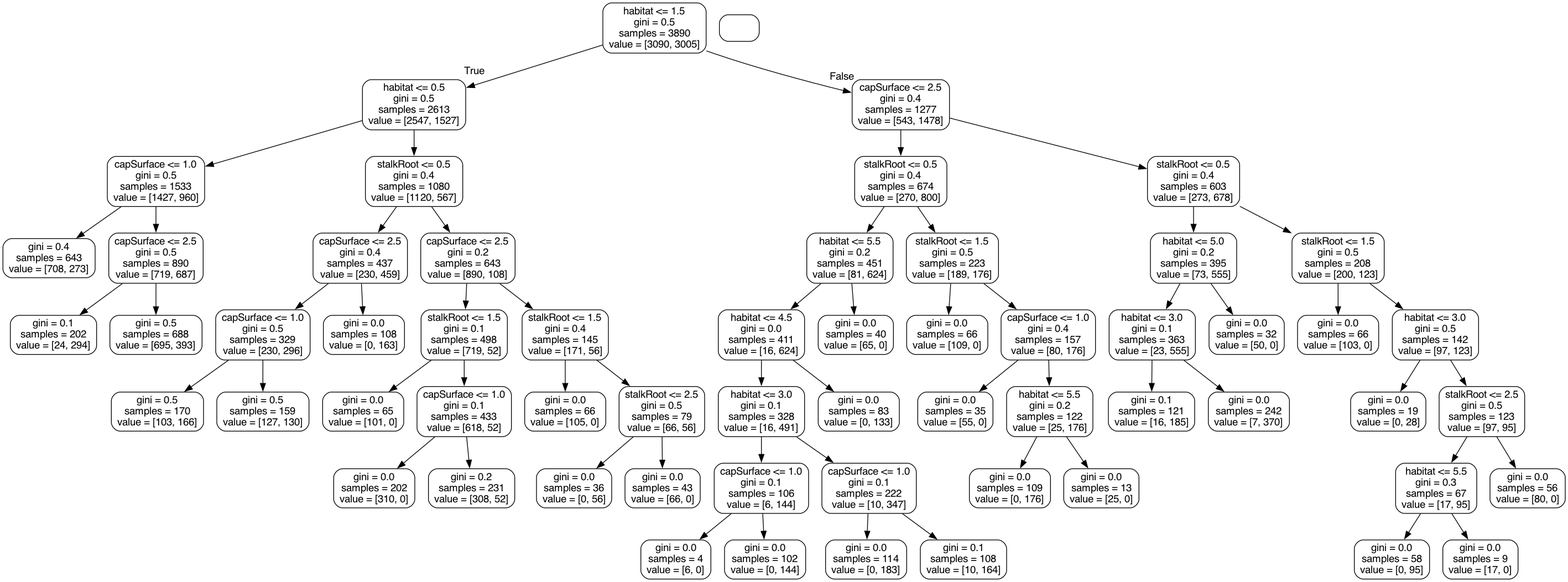
Before: tree.png, a diagram exported from Graphviz (williamhenderson02/ML-Coursework-2022). Its source is kept beside it as tree.dot.
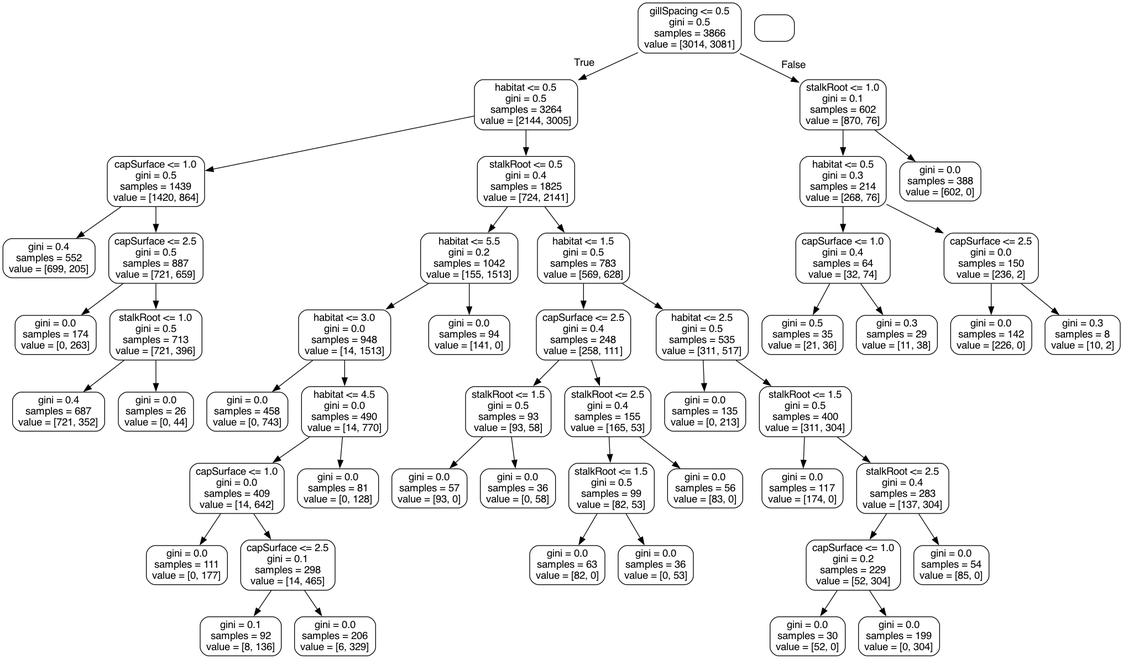
The same file after the commit.

What changed in the source:
```diff
@@ -1,121 +1,101 @@
 digraph Tree {
 node [shape=box, style="rounded", color="black", fontname="helvetica"] ;
 edge [fontname="helvetica"] ;
-0 [label="habitat <= 1.5\ngini = 0.5\nsamples = 3890\nvalue = [3090, 3005]"] ;
-1 [label="habitat <= 0.5\ngini = 0.5\nsamples = 2613\nvalue = [2547, 1527]"] ;
+0 [label="gillSpacing <= 0.5\ngini = 0.5\nsamples = 3866\nvalue = [3014, 3081]"] ;
+1 [label="habitat <= 0.5\ngini = 0.5\nsamples = 3264\nvalue = [2144, 3005]"] ;
 0 -> 1 [labeldistance=2.5, labelangle=45, headlabel="True"] ;
-2 [label="capSurface <= 1.0\ngini = 0.5\nsamples = 1533\nvalue = [1427, 960]"] ;
+2 [label="capSurface <= 1.0\ngini = 0.5\nsamples = 1439\nvalue = [1420, 864]"] ;
 1 -> 2 ;
-3 [label="gini = 0.4\nsamples = 643\nvalue = [708, 273]"] ;
+3 [label="gini = 0.4\nsamples = 552\nvalue = [699, 205]"] ;
 2 -> 3 ;
-4 [label="capSurface <= 2.5\ngini = 0.5\nsamples = 890\nvalue = [719, 687]"] ;
+4 [label="capSurface <= 2.5\ngini = 0.5\nsamples = 887\nvalue = [721, 659]"] ;
 2 -> 4 ;
-5 [label="gini = 0.1\nsamples = 202\nvalue = [24, 294]"] ;
+5 [label="gini = 0.0\nsamples = 174\nvalue = [0, 263]"] ;
 4 -> 5 ;
-6 [label="gini = 0.5\nsamples = 688\nvalue = [695, 393]"] ;
+6 [label="stalkRoot <= 1.0\ngini = 0.5\nsamples = 713\nvalue = [721, 396]"] ;
 4 -> 6 ;
-7 [label="stalkRoot <= 0.5\ngini = 0.4\nsamples = 1080\nvalue = [1120, 567]"] ;
-1 -> 7 ;
-8 [label="capSurface <= 2.5\ngini = 0.4\nsamples = 437\nvalue = [230, 459]"] ;
-7 -> 8 ;
-9 [label="capSurface <= 1.0\ngini = 0.5\nsamples = 329\nvalue = [230, 296]"] ;
-8 -> 9 ;
-10 [label="gini = 0.5\nsamples = 170\nvalue = [103, 166]"] ;
+7 [label="gini = 0.4\nsamples = 687\nvalue = [721, 352]"] ;
+6 -> 7 ;
+8 [label="gini = 0.0\nsamples = 26\nvalue = [0, 44]"] ;
+6 -> 8 ;
+9 [label="stalkRoot <= 0.5\ngini = 0.4\nsamples = 1825\nvalue = [724, 2141]"] ;
+1 -> 9 ;
+10 [label="habitat <= 5.5\ngini = 0.2\nsamples = 1042\nvalue = [155, 1513]"] ;
 9 -> 10 ;
-11 [label="gini = 0.5\nsamples = 159\nvalue = [127, 130]"] ;
-9 -> 11 ;
-12 [label="gini = 0.0\nsamples = 108\nvalue = [0, 163]"] ;
-8 -> 12 ;
-13 [label="capSurface <= 2.5\ngini = 0.2\nsamples = 643\nvalue = [890, 108]"] ;
-7 -> 13 ;
-14 [label="stalkRoot <= 1.5\ngini = 0.1\nsamples = 498\nvalue = [719, 52]"] ;
+11 [label="habitat <= 3.0\ngini = 0.0\nsamples = 948\nvalue = [14, 1513]"] ;
+10 -> 11 ;
+12 [label="gini = 0.0\nsamples = 458\nvalue = [0, 743]"] ;
+11 -> 12 ;
+13 [label="habitat <= 4.5\ngini = 0.0\nsamples = 490\nvalue = [14, 770]"] ;
+11 -> 13 ;
+14 [label="capSurface <= 1.0\ngini = 0.0\nsamples = 409\nvalue = [14, 642]"] ;
 13 -> 14 ;
-15 [label="gini = 0.0\nsamples = 65\nvalue = [101, 0]"] ;
+15 [label="gini = 0.0\nsamples = 111\nvalue = [0, 177]"] ;
 14 -> 15 ;
-16 [label="capSurface <= 1.0\ngini = 0.1\nsamples = 433\nvalue = [618, 52]"] ;
+16 [label="capSurface <= 2.5\ngini = 0.1\nsamples = 298\nvalue = [14, 465]"] ;
 14 -> 16 ;
-17 [label="gini = 0.0\nsamples = 202\nvalue = [310, 0]"] ;
+17 [label="gini = 0.1\nsamples = 92\nvalue = [8, 136]"] ;
 16 -> 17 ;
-18 [label="gini = 0.2\nsamples = 231\nvalue = [308, 52]"] ;
+18 [label="gini = 0.0\nsamples = 206\nvalue = [6, 329]"] ;
 16 -> 18 ;
-19 [label="stalkRoot <= 1.5\ngini = 0.4\nsamples = 145\nvalue = [171, 56]"] ;
+19 [label="gini = 0.0\nsamples = 81\nvalue = [0, 128]"] ;
 13 -> 19 ;
-20 [label="gini = 0.0\nsamples = 66\nvalue = [105, 0]"] ;
-19 -> 20 ;
-21 [label="stalkRoot <= 2.5\ngini = 0.5\nsamples = 79\nvalue = [66, 56]"] ;
-19 -> 21 ;
-22 [label="gini = 0.0\nsamples = 36\nvalue = [0, 56]"] ;
+20 [label="gini = 0.0\nsamples = 94\nvalue = [141, 0]"] ;
+10 -> 20 ;
+21 [label="habitat <= 1.5\ngini = 0.5\nsamples = 783\nvalue = [569, 628]"] ;
+9 -> 21 ;
+22 [label="capSurface <= 2.5\ngini = 0.4\nsamples = 248\nvalue = [258, 111]"] ;
 21 -> 22 ;
-23 [label="gini = 0.0\nsamples = 43\nvalue = [66, 0]"] ;
-21 -> 23 ;
-24 [label="capSurface <= 2.5\ngini = 0.4\nsamples = 1277\nvalue = [543, 1478]"] ;
-0 -> 24 [labeldistance=2.5, labelangle=-45, headlabel="False"] ;
-25 [label="stalkRoot <= 0.5\ngini = 0.4\nsamples = 674\nvalue = [270, 800]"] ;
-24 -> 25 ;
-26 [label="habitat <= 5.5\ngini = 0.2\nsamples = 451\nvalue = [81, 624]"] ;
-25 -> 26 ;
-27 [label="habitat <= 4.5\ngini = 0.0\nsamples = 411\nvalue = [16, 624]"] ;
+23 [label="stalkRoot <= 1.5\ngini = 0.5\nsamples = 93\nvalue = [93, 58]"] ;
+22 -> 23 ;
+24 [label="gini = 0.0\nsamples = 57\nvalue = [93, 0]"] ;
+23 -> 24 ;
+25 [label="gini = 0.0\nsamples = 36\nvalue = [0, 58]"] ;
+23 -> 25 ;
+26 [label="stalkRoot <= 2.5\ngini = 0.4\nsamples = 155\nvalue = [165, 53]"] ;
+22 -> 26 ;
+27 [label="stalkRoot <= 1.5\ngini = 0.5\nsamples = 99\nvalue = [82, 53]"] ;
 26 -> 27 ;
-28 [label="habitat <= 3.0\ngini = 0.1\nsamples = 328\nvalue = [16, 491]"] ;
+28 [label="gini = 0.0\nsamples = 63\nvalue = [82, 0]"] ;
 27 -> 28 ;
-29 [label="capSurface <= 1.0\ngini = 0.1\nsamples = 106\nvalue = [6, 144]"] ;
-28 -> 29 ;
-30 [label="gini = 0.0\nsamples = 4\nvalue = [6, 0]"] ;
-29 -> 30 ;
-31 [label="gini = 0.0\nsamples = 102\nvalue = [0, 144]"] ;
-29 -> 31 ;
-32 [label="capSurface <= 1.0\ngini = 0.1\nsamples = 222\nvalue = [10, 347]"] ;
-28 -> 32 ;
-33 [label="gini = 0.0\nsamples = 114\nvalue = [0, 183]"] ;
-32 -> 33 ;
-34 [label="gini = 0.1\nsamples = 108\nvalue = [10, 164]"] ;
-32 -> 34 ;
-35 [label="gini = 0.0\nsamples = 83\nvalue = [0, 133]"] ;
-27 -> 35 ;
-36 [label="gini = 0.0\nsamples = 40\nvalue = [65, 0]"] ;
-26 -> 36 ;
-37 [label="stalkRoot <= 1.5\ngini = 0.5\nsamples = 223\nvalue = [189, 176]"] ;
-25 -> 37 ;
-38 [label="gini = 0.0\nsamples = 66\nvalue = [109, 0]"] ;
-37 -> 38 ;
-39 [label="capSurface <= 1.0\ngini = 0.4\nsamples = 157\nvalue = [80, 176]"] ;
-37 -> 39 ;
-40 [label="gini = 0.0\nsamples = 35\nvalue = [55, 0]"] ;
-39 -> 40 ;
-41 [label="habitat <= 5.5\ngini = 0.2\nsamples = 122\nvalue = [25, 176]"] ;
-39 -> 41 ;
-42 [label="gini = 0.0\nsamples = 109\nvalue = [0, 176]"] ;
+29 [label="gini = 0.0\nsamples = 36\nvalue = [0, 53]"] ;
+27 -> 29 ;
+30 [label="gini = 0.0\nsamples = 56\nvalue = [83, 0]"] ;
+26 -> 30 ;
+31 [label="habitat <= 2.5\ngini = 0.5\nsamples = 535\nvalue = [311, 517]"] ;
+21 -> 31 ;
+32 [label="gini = 0.0\nsamples = 135\nvalue = [0, 213]"] ;
+31 -> 32 ;
+33 [label="stalkRoot <= 1.5\ngini = 0.5\nsamples = 400\nvalue = [311, 304]"] ;
+31 -> 33 ;
+34 [label="gini = 0.0\nsamples = 117\nvalue = [174, 0]"] ;
+33 -> 34 ;
+35 [label="stalkRoot <= 2.5\ngini = 0.4\nsamples = 283\nvalue = [137, 304]"] ;
+33 -> 35 ;
+36 [label="capSurface <= 1.0\ngini = 0.2\nsamples = 229\nvalue = [52, 304]"] ;
+35 -> 36 ;
+37 [label="gini = 0.0\nsamples = 30\nvalue = [52, 0]"] ;
+36 -> 37 ;
+38 [label="gini = 0.0\nsamples = 199\nvalue = [0, 304]"] ;
+36 -> 38 ;
+39 [label="gini = 0.0\nsamples = 54\nvalue = [85, 0]"] ;
+35 -> 39 ;
+40 [label="stalkRoot <= 1.0\ngini = 0.1\nsamples = 602\nvalue = [870, 76]"] ;
+0 -> 40 [labeldistance=2.5, labelangle=-45, headlabel="False"] ;
+41 [label="habitat <= 0.5\ngini = 0.3\nsamples = 214\nvalue = [268, 76]"] ;
+40 -> 41 ;
+42 [label="capSurface <= 1.0\ngini = 0.4\nsamples = 64\nvalue = [32, 74]"] ;
 41 -> 42 ;
-43 [label="gini = 0.0\nsamples = 13\nvalue = [25, 0]"] ;
-41 -> 43 ;
-44 [label="stalkRoot <= 0.5\ngini = 0.4\nsamples = 603\nvalue = [273, 678]"] ;
-24 -> 44 ;
-45 [label="habitat <= 5.0\ngini = 0.2\nsamples = 395\nvalue = [73, 555]"] ;
-44 -> 45 ;
-46 [label="habitat <= 3.0\ngini = 0.1\nsamples = 363\nvalue = [23, 555]"] ;
+43 [label="gini = 0.5\nsamples = 35\nvalue = [21, 36]"] ;
+42 -> 43 ;
+44 [label="gini = 0.3\nsamples = 29\nvalue = [11, 38]"] ;
+42 -> 44 ;
+45 [label="capSurface <= 2.5\ngini = 0.0\nsamples = 150\nvalue = [236, 2]"] ;
+41 -> 45 ;
+46 [label="gini = 0.0\nsamples = 142\nvalue = [226, 0]"] ;
 45 -> 46 ;
-47 [label="gini = 0.1\nsamples = 121\nvalue = [16, 185]"] ;
-46 -> 47 ;
-48 [label="gini = 0.0\nsamples = 242\nvalue = [7, 370]"] ;
-46 -> 48 ;
-49 [label="gini = 0.0\nsamples = 32\nvalue = [50, 0]"] ;
-45 -> 49 ;
-50 [label="stalkRoot <= 1.5\ngini = 0.5\nsamples = 208\nvalue = [200, 123]"] ;
-44 -> 50 ;
-51 [label="gini = 0.0\nsamples = 66\nvalue = [103, 0]"] ;
-50 -> 51 ;
-52 [label="habitat <= 3.0\ngini = 0.5\nsamples = 142\nvalue = [97, 123]"] ;
-50 -> 52 ;
-53 [label="gini = 0.0\nsamples = 19\nvalue = [0, 28]"] ;
-52 -> 53 ;
-54 [label="stalkRoot <= 2.5\ngini = 0.5\nsamples = 123\nvalue = [97, 95]"] ;
-52 -> 54 ;
-55 [label="habitat <= 5.5\ngini = 0.3\nsamples = 67\nvalue = [17, 95]"] ;
-54 -> 55 ;
-56 [label="gini = 0.0\nsamples = 58\nvalue = [0, 95]"] ;
-55 -> 56 ;
-57 [label="gini = 0.0\nsamples = 9\nvalue = [17, 0]"] ;
-55 -> 57 ;
-58 [label="gini = 0.0\nsamples = 56\nvalue = [80, 0]"] ;
-54 -> 58 ;
+47 [label="gini = 0.3\nsamples = 8\nvalue = [10, 2]"] ;
+45 -> 47 ;
+48 [label="gini = 0.0\nsamples = 388\nvalue = [602, 0]"] ;
+40 -> 48 ;
 }
```
